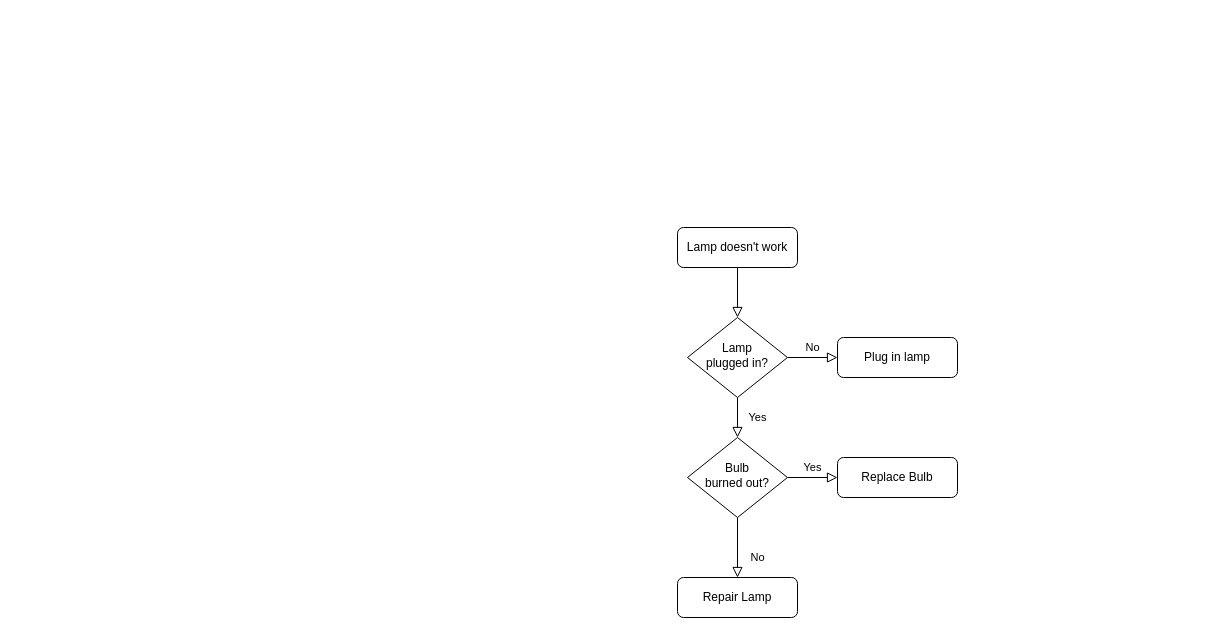
Earlier version of the draw.io diagram Diagram zonder titel.drawio (DevBlokJochem/ShareIT). Source tidied: cells renumbered, new cells numbered last; positions are measured from the earlier drawing's top-left corner, leaving out a move shared by most shapes. Both pictures are drawn from the tidied source at 100%, with x=0, y=0 at pixel (677, 227).
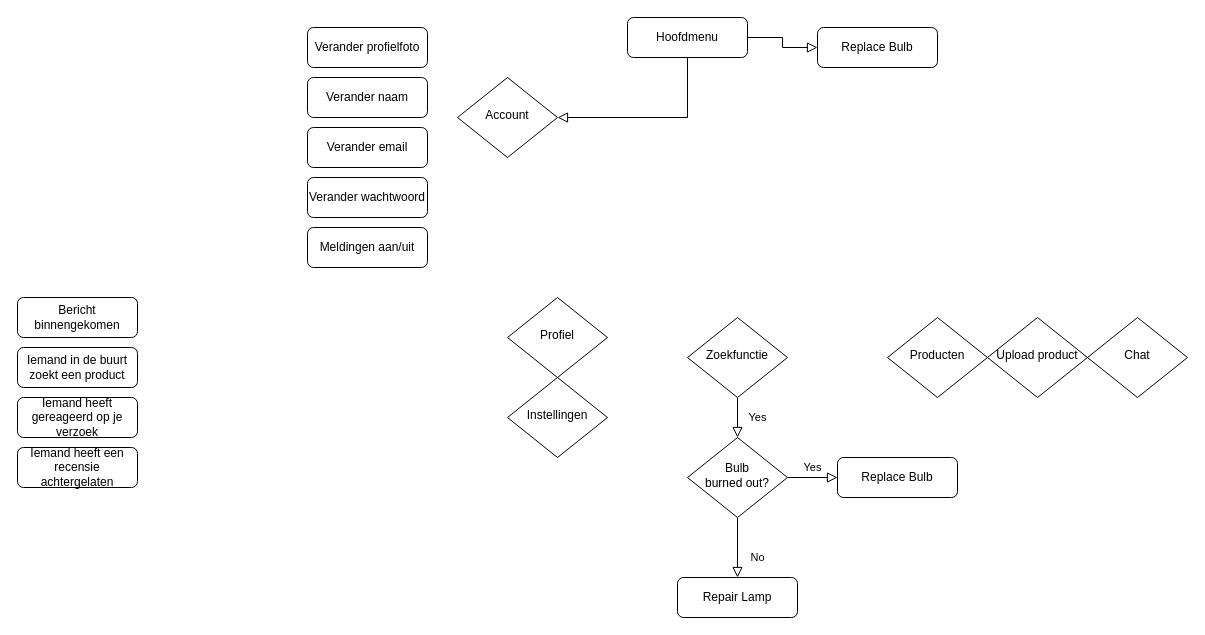
The same diagram, later.

The edit, as a diff of the source:
```diff
@@
-    <mxCell id="2" style="rounded=0;html=1;jettySize=auto;fontSize=11;endArrow=block;endFill=0;endSize=8;strokeWidth=1;shadow=0;labelBackgroundColor=none;edgeStyle=orthogonalEdgeStyle;" parent="1" edge="1" source="3" target="6">
+    <mxCell id="2" style="rounded=0;html=1;jettySize=auto;fontSize=11;endArrow=block;endFill=0;endSize=8;strokeWidth=1;shadow=0;labelBackgroundColor=none;edgeStyle=orthogonalEdgeStyle;entryX=0;entryY=0.5;entryDx=0;entryDy=0;" parent="1" edge="1" source="3" target="17">
       <mxGeometry relative="1" as="geometry" />
     </mxCell>
-    <mxCell id="3" value="Lamp doesn't work" style="rounded=1;whiteSpace=wrap;html=1;fontSize=12;glass=0;strokeWidth=1;shadow=0;" parent="1" vertex="1">
-      <mxGeometry width="120" height="40" as="geometry" />
+    <mxCell id="3" value="Hoofdmenu" style="rounded=1;whiteSpace=wrap;html=1;fontSize=12;glass=0;strokeWidth=1;shadow=0;" parent="1" vertex="1">
+      <mxGeometry x="-50" y="-210" width="120" height="40" as="geometry" />
     </mxCell>
@@
-    <mxCell id="5" value="No" style="edgeStyle=orthogonalEdgeStyle;rounded=0;html=1;jettySize=auto;fontSize=11;endArrow=block;endFill=0;endSize=8;strokeWidth=1;shadow=0;labelBackgroundColor=none;" parent="1" edge="1" source="6" target="7">
-      <mxGeometry y="10" relative="1" as="geometry" />
-    </mxCell>
-    <mxCell id="6" value="Lamp&lt;br&gt;plugged in?" style="rhombus;whiteSpace=wrap;html=1;shadow=0;fontFamily=Helvetica;fontSize=12;align=center;strokeWidth=1;spacing=6;spacingTop=-4;" parent="1" vertex="1">
+    <mxCell id="6" value="Zoekfunctie" style="rhombus;whiteSpace=wrap;html=1;shadow=0;fontFamily=Helvetica;fontSize=12;align=center;strokeWidth=1;spacing=6;spacingTop=-4;" parent="1" vertex="1">
       <mxGeometry x="10" y="90" width="100" height="80" as="geometry" />
     </mxCell>
-    <mxCell id="7" value="Plug in lamp" style="rounded=1;whiteSpace=wrap;html=1;fontSize=12;glass=0;strokeWidth=1;shadow=0;" parent="1" vertex="1">
-      <mxGeometry x="160" y="110" width="120" height="40" as="geometry" />
-    </mxCell>
@@
+    <mxCell id="13" value="Account" style="rhombus;whiteSpace=wrap;html=1;shadow=0;fontFamily=Helvetica;fontSize=12;align=center;strokeWidth=1;spacing=6;spacingTop=-4;" parent="1" vertex="1">
+      <mxGeometry x="-220" y="-150" width="100" height="80" as="geometry" />
+    </mxCell>
+    <mxCell id="14" value="Producten" style="rhombus;whiteSpace=wrap;html=1;shadow=0;fontFamily=Helvetica;fontSize=12;align=center;strokeWidth=1;spacing=6;spacingTop=-4;" parent="1" vertex="1">
+      <mxGeometry x="210" y="90" width="100" height="80" as="geometry" />
+    </mxCell>
+    <mxCell id="15" value="Upload product" style="rhombus;whiteSpace=wrap;html=1;shadow=0;fontFamily=Helvetica;fontSize=12;align=center;strokeWidth=1;spacing=6;spacingTop=-4;" parent="1" vertex="1">
+      <mxGeometry x="310" y="90" width="100" height="80" as="geometry" />
+    </mxCell>
+    <mxCell id="16" value="Chat" style="rhombus;whiteSpace=wrap;html=1;shadow=0;fontFamily=Helvetica;fontSize=12;align=center;strokeWidth=1;spacing=6;spacingTop=-4;" parent="1" vertex="1">
+      <mxGeometry x="410" y="90" width="100" height="80" as="geometry" />
+    </mxCell>
+    <mxCell id="17" value="Replace Bulb" style="rounded=1;whiteSpace=wrap;html=1;fontSize=12;glass=0;strokeWidth=1;shadow=0;" parent="1" vertex="1">
+      <mxGeometry x="140" y="-200" width="120" height="40" as="geometry" />
+    </mxCell>
+    <mxCell id="18" style="rounded=0;html=1;jettySize=auto;fontSize=11;endArrow=block;endFill=0;endSize=8;strokeWidth=1;shadow=0;labelBackgroundColor=none;edgeStyle=orthogonalEdgeStyle;entryX=1;entryY=0.5;entryDx=0;entryDy=0;exitX=0.5;exitY=1;exitDx=0;exitDy=0;" parent="1" edge="1" source="3" target="13">
+      <mxGeometry relative="1" as="geometry" />
+    </mxCell>
+    <mxCell id="19" value="Instellingen" style="rhombus;whiteSpace=wrap;html=1;shadow=0;fontFamily=Helvetica;fontSize=12;align=center;strokeWidth=1;spacing=6;spacingTop=-4;" parent="1" vertex="1">
+      <mxGeometry x="-170" y="150" width="100" height="80" as="geometry" />
+    </mxCell>
+    <mxCell id="20" value="Profiel" style="rhombus;whiteSpace=wrap;html=1;shadow=0;fontFamily=Helvetica;fontSize=12;align=center;strokeWidth=1;spacing=6;spacingTop=-4;" parent="1" vertex="1">
+      <mxGeometry x="-170" y="70" width="100" height="80" as="geometry" />
+    </mxCell>
+    <mxCell id="21" value="Verander profielfoto" style="rounded=1;whiteSpace=wrap;html=1;fontSize=12;glass=0;strokeWidth=1;shadow=0;" parent="1" vertex="1">
+      <mxGeometry x="-370" y="-200" width="120" height="40" as="geometry" />
+    </mxCell>
+    <mxCell id="22" value="Verander naam" style="rounded=1;whiteSpace=wrap;html=1;fontSize=12;glass=0;strokeWidth=1;shadow=0;" parent="1" vertex="1">
+      <mxGeometry x="-370" y="-150" width="120" height="40" as="geometry" />
+    </mxCell>
+    <mxCell id="23" value="Verander email" style="rounded=1;whiteSpace=wrap;html=1;fontSize=12;glass=0;strokeWidth=1;shadow=0;" parent="1" vertex="1">
+      <mxGeometry x="-370" y="-100" width="120" height="40" as="geometry" />
+    </mxCell>
+    <mxCell id="24" value="Verander wachtwoord" style="rounded=1;whiteSpace=wrap;html=1;fontSize=12;glass=0;strokeWidth=1;shadow=0;" parent="1" vertex="1">
+      <mxGeometry x="-370" y="-50" width="120" height="40" as="geometry" />
+    </mxCell>
+    <mxCell id="25" value="Bericht binnengekomen" style="rounded=1;whiteSpace=wrap;html=1;fontSize=12;glass=0;strokeWidth=1;shadow=0;" parent="1" vertex="1">
+      <mxGeometry x="-660" y="70" width="120" height="40" as="geometry" />
+    </mxCell>
+    <mxCell id="26" value="Iemand in de buurt zoekt een product" style="rounded=1;whiteSpace=wrap;html=1;fontSize=12;glass=0;strokeWidth=1;shadow=0;" parent="1" vertex="1">
+      <mxGeometry x="-660" y="120" width="120" height="40" as="geometry" />
+    </mxCell>
+    <mxCell id="27" value="Iemand heeft gereageerd op je verzoek" style="rounded=1;whiteSpace=wrap;html=1;fontSize=12;glass=0;strokeWidth=1;shadow=0;" parent="1" vertex="1">
+      <mxGeometry x="-660" y="170" width="120" height="40" as="geometry" />
+    </mxCell>
+    <mxCell id="28" value="Iemand heeft een recensie achtergelaten" style="rounded=1;whiteSpace=wrap;html=1;fontSize=12;glass=0;strokeWidth=1;shadow=0;" parent="1" vertex="1">
+      <mxGeometry x="-660" y="220" width="120" height="40" as="geometry" />
+    </mxCell>
+    <mxCell id="29" value="Meldingen aan/uit" style="rounded=1;whiteSpace=wrap;html=1;fontSize=12;glass=0;strokeWidth=1;shadow=0;" parent="1" vertex="1">
+      <mxGeometry x="-370" width="120" height="40" as="geometry" />
+    </mxCell>
```
